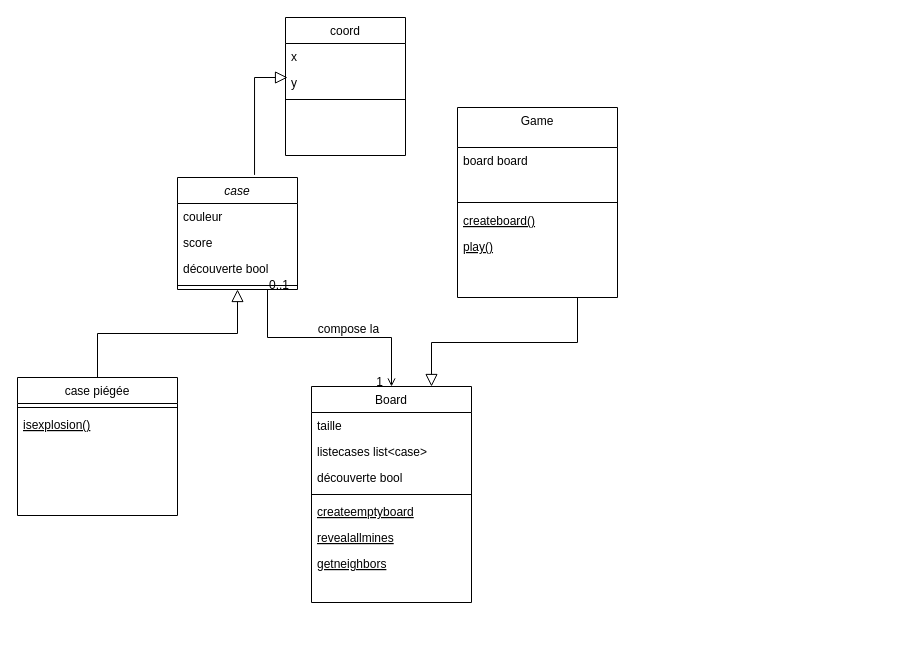
emilyllg/filrougeEJL keeps this draw.io diagram as minesweeperclassdiagram.drawio. Above is the earlier version. Source tidied: cells renumbered, new cells numbered last; positions are measured from the earlier drawing's top-left corner, leaving out a move shared by most shapes. Both pictures are drawn from the tidied source at 100%, with x=0, y=0 at pixel (17, 17).
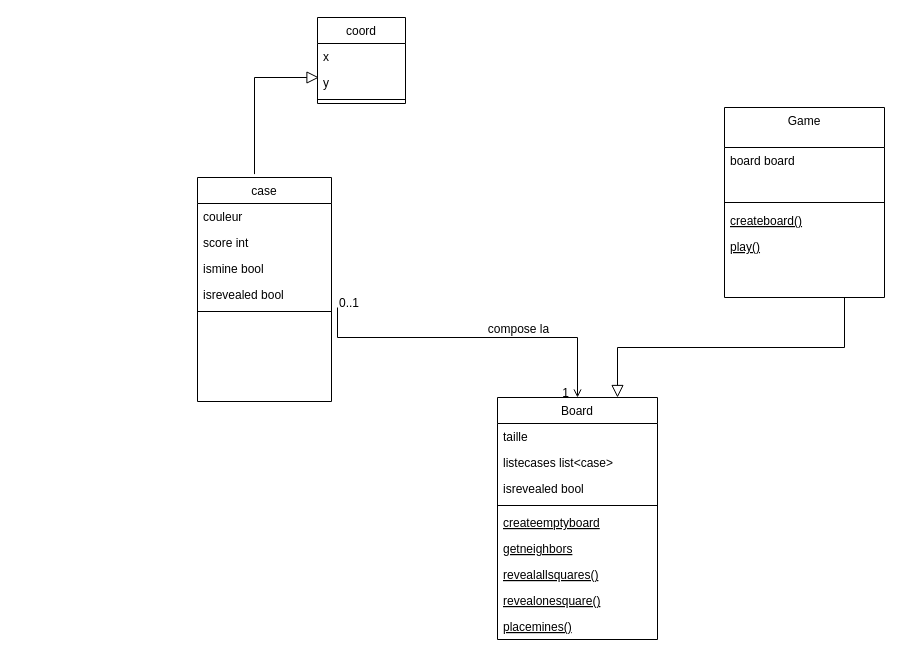
After the change.

Commit message (it also covers changes not shown here):
Mettre à jour minesweeperclassdiagram.drawio

What changed in the source:
```diff
@@
-    <mxCell id="2" value="case " style="swimlane;fontStyle=2;align=center;verticalAlign=top;horizontal=1;startSize=26;rounded=0;shadow=0;strokeWidth=1;" parent="1" vertex="1">
-      <mxGeometry x="160" y="160" width="120" height="112" as="geometry" />
-    </mxCell>
-    <mxCell id="3" value="couleur " style="text;align=left;verticalAlign=top;spacingLeft=4;spacingRight=4;overflow=hidden;" parent="2" vertex="1">
-      <mxGeometry y="26" width="120" height="26" as="geometry" />
-    </mxCell>
-    <mxCell id="4" value="score" style="text;align=left;verticalAlign=top;spacingLeft=4;spacingRight=4;overflow=hidden;rounded=0;shadow=0;html=0;" parent="2" vertex="1">
-      <mxGeometry y="52" width="120" height="26" as="geometry" />
-    </mxCell>
-    <mxCell id="5" value="découverte bool" style="text;align=left;verticalAlign=top;spacingLeft=4;spacingRight=4;overflow=hidden;rounded=0;shadow=0;html=0;" parent="2" vertex="1">
-      <mxGeometry y="78" width="120" height="26" as="geometry" />
-    </mxCell>
-    <mxCell id="6" style="line;html=1;strokeWidth=1;align=left;verticalAlign=middle;spacingTop=-1;spacingLeft=3;spacingRight=3;labelPosition=right;" parent="2" vertex="1">
-      <mxGeometry y="104" width="120" height="8" as="geometry" />
-    </mxCell>
-    <mxCell id="7" value="case piégée" style="swimlane;fontStyle=0;align=center;verticalAlign=top;horizontal=1;startSize=26;rounded=0;shadow=0;strokeWidth=1;" parent="1" vertex="1">
-      <mxGeometry y="360" width="160" height="138" as="geometry" />
-    </mxCell>
-    <mxCell id="8" style="line;html=1;strokeWidth=1;align=left;verticalAlign=middle;spacingTop=-1;spacingLeft=3;spacingRight=3;labelPosition=right;" parent="7" vertex="1">
-      <mxGeometry y="26" width="160" height="8" as="geometry" />
-    </mxCell>
-    <mxCell id="9" value="isexplosion()" style="text;align=left;verticalAlign=top;spacingLeft=4;spacingRight=4;overflow=hidden;fontStyle=4;" parent="7" vertex="1">
-      <mxGeometry y="34" width="160" height="26" as="geometry" />
-    </mxCell>
-    <mxCell id="10" style="endArrow=block;endSize=10;endFill=0;shadow=0;strokeWidth=1;rounded=0;curved=0;edgeStyle=elbowEdgeStyle;elbow=vertical;" parent="1" edge="1" source="7" target="2">
-      <mxGeometry relative="1" as="geometry" />
-    </mxCell>
     <mxCell id="11" value="Board" style="swimlane;fontStyle=0;align=center;verticalAlign=top;horizontal=1;startSize=26;rounded=0;shadow=0;strokeWidth=1;" parent="1" vertex="1">
-      <mxGeometry x="294" y="369" width="160" height="216" as="geometry" />
+      <mxGeometry x="480" y="380" width="160" height="242" as="geometry" />
     </mxCell>
@@
-    <mxCell id="14" value="découverte bool" style="text;align=left;verticalAlign=top;spacingLeft=4;spacingRight=4;overflow=hidden;" parent="11" vertex="1">
+    <mxCell id="14" value="isrevealed bool" style="text;align=left;verticalAlign=top;spacingLeft=4;spacingRight=4;overflow=hidden;" parent="11" vertex="1">
       <mxGeometry y="78" width="160" height="26" as="geometry" />
     </mxCell>
@@
-    <mxCell id="17" value="revealallmines" style="text;align=left;verticalAlign=top;spacingLeft=4;spacingRight=4;overflow=hidden;fontStyle=4;" parent="11" vertex="1">
-      <mxGeometry y="138" width="160" height="26" as="geometry" />
-    </mxCell>
     <mxCell id="18" value="getneighbors" style="text;align=left;verticalAlign=top;spacingLeft=4;spacingRight=4;overflow=hidden;fontStyle=4;" parent="11" vertex="1">
-      <mxGeometry y="164" width="160" height="26" as="geometry" />
+      <mxGeometry y="138" width="160" height="26" as="geometry" />
     </mxCell>
+    <mxCell id="34" value="revealallsquares()" style="text;align=left;verticalAlign=top;spacingLeft=4;spacingRight=4;overflow=hidden;fontStyle=4;" parent="11" vertex="1">
+      <mxGeometry y="164" width="160" height="26" as="geometry" />
+    </mxCell>
+    <mxCell id="35" value="revealonesquare()" style="text;align=left;verticalAlign=top;spacingLeft=4;spacingRight=4;overflow=hidden;fontStyle=4;" parent="11" vertex="1">
+      <mxGeometry y="190" width="160" height="26" as="geometry" />
+    </mxCell>
+    <mxCell id="36" value="placemines() " style="text;align=left;verticalAlign=top;spacingLeft=4;spacingRight=4;overflow=hidden;fontStyle=4;" parent="11" vertex="1">
+      <mxGeometry y="216" width="160" height="26" as="geometry" />
+    </mxCell>
-    <mxCell id="19" style="endArrow=open;shadow=0;strokeWidth=1;rounded=0;curved=0;endFill=1;edgeStyle=elbowEdgeStyle;elbow=vertical;" parent="1" edge="1" source="2" target="11">
+    <mxCell id="19" style="endArrow=open;shadow=0;strokeWidth=1;rounded=0;curved=0;endFill=1;edgeStyle=elbowEdgeStyle;elbow=vertical;" parent="1" edge="1" target="11">
       <mxGeometry x="0.5" y="41" relative="1" as="geometry">
+        <mxPoint x="320" y="290" as="sourcePoint" />
         <Array as="points">
           <mxPoint x="250" y="320" />
         </Array>
         <mxPoint x="-40" y="32" as="offset" />
       </mxGeometry>
     </mxCell>
@@
     <mxCell id="23" value="coord" style="swimlane;fontStyle=0;align=center;verticalAlign=top;horizontal=1;startSize=26;rounded=0;shadow=0;strokeWidth=1;" parent="1" vertex="1">
-      <mxGeometry x="268" width="120" height="138" as="geometry" />
+      <mxGeometry x="300" width="88" height="86" as="geometry" />
     </mxCell>
     <mxCell id="24" value="x" style="text;align=left;verticalAlign=top;spacingLeft=4;spacingRight=4;overflow=hidden;" parent="23" vertex="1">
-      <mxGeometry y="26" width="120" height="26" as="geometry" />
+      <mxGeometry y="26" width="88" height="26" as="geometry" />
     </mxCell>
     <mxCell id="25" value="y" style="text;align=left;verticalAlign=top;spacingLeft=4;spacingRight=4;overflow=hidden;points=[[0,0.5],[1,0.5]];portConstraint=eastwest;rounded=0;shadow=0;html=0;" parent="23" vertex="1">
-      <mxGeometry y="52" width="120" height="26" as="geometry" />
+      <mxGeometry y="52" width="88" height="26" as="geometry" />
     </mxCell>
     <mxCell id="26" style="line;html=1;strokeWidth=1;align=left;verticalAlign=middle;spacingTop=-1;spacingLeft=3;spacingRight=3;labelPosition=right;" parent="23" vertex="1">
-      <mxGeometry y="78" width="120" height="8" as="geometry" />
+      <mxGeometry y="78" width="88" height="8" as="geometry" />
     </mxCell>
-    <mxCell id="27" style="endArrow=block;endSize=10;endFill=0;shadow=0;strokeWidth=1;rounded=0;curved=0;edgeStyle=elbowEdgeStyle;elbow=vertical;exitX=0.642;exitY=-0.023;exitDx=0;exitDy=0;exitPerimeter=0;entryX=0.017;entryY=0.308;entryDx=0;entryDy=0;entryPerimeter=0;" parent="1" edge="1" source="2" target="25">
+    <mxCell id="27" style="endArrow=block;endSize=10;endFill=0;shadow=0;strokeWidth=1;rounded=0;curved=0;edgeStyle=elbowEdgeStyle;elbow=vertical;exitX=0.642;exitY=-0.023;exitDx=0;exitDy=0;exitPerimeter=0;entryX=0.017;entryY=0.308;entryDx=0;entryDy=0;entryPerimeter=0;" parent="1" edge="1" target="25">
       <mxGeometry relative="1" as="geometry">
+        <mxPoint x="237" y="156.6" as="sourcePoint" />
         <Array as="points">
           <mxPoint x="220" y="60" />
         </Array>
       </mxGeometry>
     </mxCell>
     <mxCell id="28" value="Game" style="swimlane;fontStyle=0;align=center;verticalAlign=top;horizontal=1;startSize=40;rounded=0;shadow=0;strokeWidth=1;" parent="1" vertex="1">
-      <mxGeometry x="440" y="90" width="160" height="190" as="geometry" />
+      <mxGeometry x="707" y="90" width="160" height="190" as="geometry" />
     </mxCell>
@@
+    <mxCell id="2" value="case" style="swimlane;fontStyle=0;align=center;verticalAlign=top;horizontal=1;startSize=26;rounded=0;shadow=0;strokeWidth=1;" parent="1" vertex="1">
+      <mxGeometry x="180" y="160" width="134" height="224" as="geometry" />
+    </mxCell>
+    <mxCell id="3" value="couleur " style="text;align=left;verticalAlign=top;spacingLeft=4;spacingRight=4;overflow=hidden;" parent="2" vertex="1">
+      <mxGeometry y="26" width="134" height="26" as="geometry" />
+    </mxCell>
+    <mxCell id="4" value="score int" style="text;align=left;verticalAlign=top;spacingLeft=4;spacingRight=4;overflow=hidden;rounded=0;shadow=0;html=0;" parent="2" vertex="1">
+      <mxGeometry y="52" width="134" height="26" as="geometry" />
+    </mxCell>
+    <mxCell id="37" value="ismine bool " style="text;align=left;verticalAlign=top;spacingLeft=4;spacingRight=4;overflow=hidden;rounded=0;shadow=0;html=0;" parent="2" vertex="1">
+      <mxGeometry y="78" width="134" height="26" as="geometry" />
+    </mxCell>
+    <mxCell id="38" value="isrevealed bool" style="text;align=left;verticalAlign=top;spacingLeft=4;spacingRight=4;overflow=hidden;rounded=0;shadow=0;html=0;" parent="2" vertex="1">
+      <mxGeometry y="104" width="134" height="26" as="geometry" />
+    </mxCell>
+    <mxCell id="39" style="line;html=1;strokeWidth=1;align=left;verticalAlign=middle;spacingTop=-1;spacingLeft=3;spacingRight=3;labelPosition=right;" parent="2" vertex="1">
+      <mxGeometry y="130" width="134" height="8" as="geometry" />
+    </mxCell>
```
